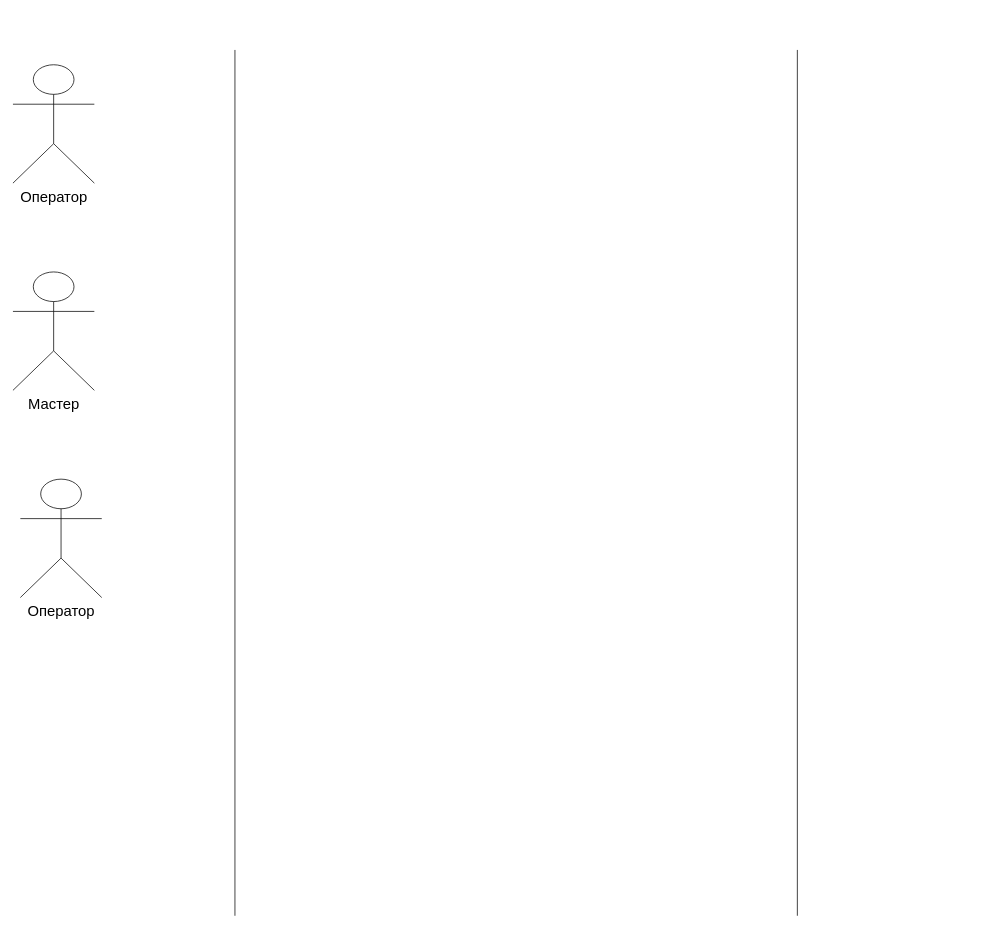
Vlad-Efremovv/kursach keeps this draw.io diagram as курсач.drawio. Above is the earlier version. Source tidied: cells renumbered, new cells numbered last; positions are measured from the earlier drawing's top-left corner, leaving out a move shared by most shapes. Both pictures are drawn from the tidied source at 74%, with x=0, y=0 at pixel (13, 50).
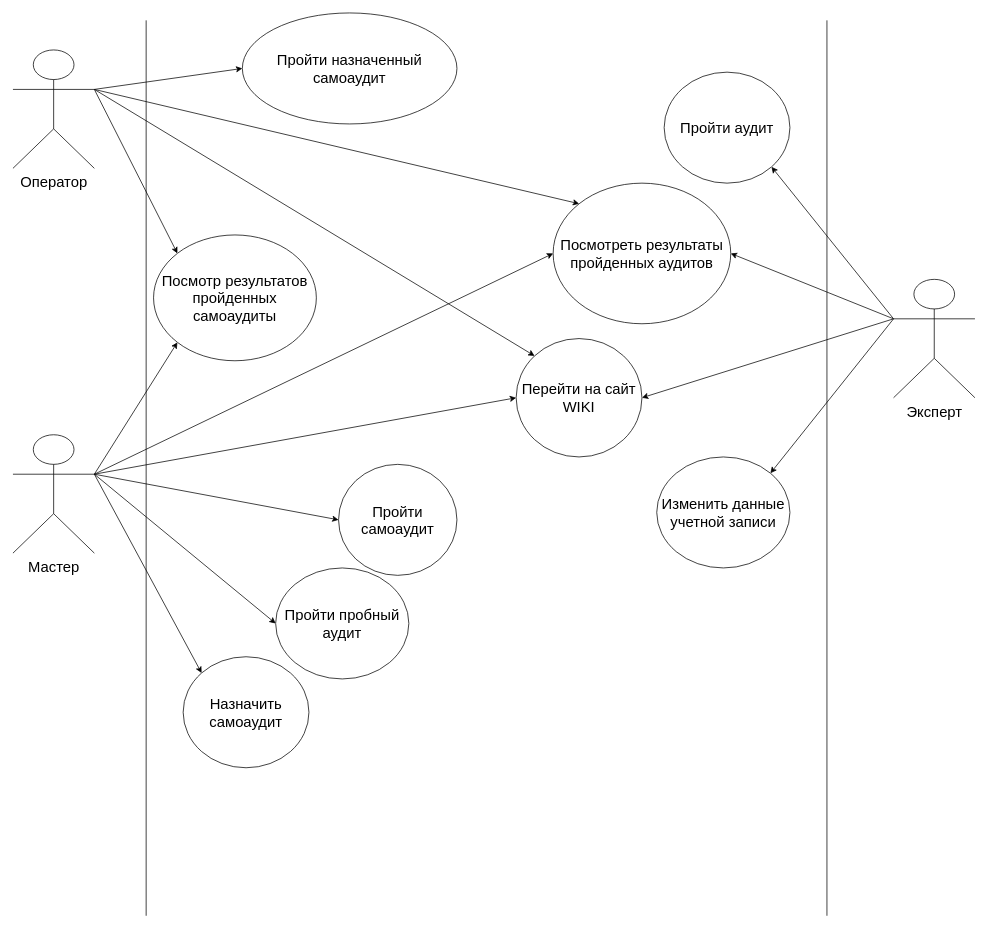
The same page after the edit.

Change to the diagram source:
```diff
@@
     <mxCell id="2" style="endArrow=none;html=1;rounded=0;" parent="1" edge="1">
       <mxGeometry relative="1" as="geometry">
-        <mxPoint x="300" y="1170" as="sourcePoint" />
-        <mxPoint x="300" as="targetPoint" />
+        <mxPoint x="180" y="1170" as="sourcePoint" />
+        <mxPoint x="180" y="-40" as="targetPoint" />
       </mxGeometry>
     </mxCell>
-    <mxCell id="3" style="endArrow=none;html=1;rounded=0;" parent="1" edge="1">
-      <mxGeometry relative="1" as="geometry">
-        <mxPoint x="1060" y="1170" as="sourcePoint" />
-        <mxPoint x="1060" as="targetPoint" />
-      </mxGeometry>
-    </mxCell>
     <mxCell id="4" value="&lt;font style=&quot;font-size: 20px;&quot;&gt;Оператор&lt;/font&gt;" style="shape=umlActor;verticalLabelPosition=bottom;verticalAlign=top;html=1;outlineConnect=0;" parent="1" vertex="1">
-      <mxGeometry y="20" width="110" height="160" as="geometry" />
+      <mxGeometry width="110" height="160" as="geometry" />
     </mxCell>
     <mxCell id="5" value="&lt;font style=&quot;font-size: 20px;&quot;&gt;Мастер&lt;/font&gt;&lt;div&gt;&lt;font style=&quot;font-size: 20px;&quot;&gt;&lt;br&gt;&lt;/font&gt;&lt;/div&gt;" style="shape=umlActor;verticalLabelPosition=bottom;verticalAlign=top;html=1;outlineConnect=0;" parent="1" vertex="1">
-      <mxGeometry y="300" width="110" height="160" as="geometry" />
+      <mxGeometry y="520" width="110" height="160" as="geometry" />
     </mxCell>
-    <mxCell id="6" value="&lt;font style=&quot;font-size: 20px;&quot;&gt;Оператор&lt;/font&gt;" style="shape=umlActor;verticalLabelPosition=bottom;verticalAlign=top;html=1;outlineConnect=0;" parent="1" vertex="1">
-      <mxGeometry x="10" y="580" width="110" height="160" as="geometry" />
+    <mxCell id="6" value="&lt;font style=&quot;font-size: 20px;&quot;&gt;Эксперт&lt;/font&gt;" style="shape=umlActor;verticalLabelPosition=bottom;verticalAlign=top;html=1;outlineConnect=0;" parent="1" vertex="1">
+      <mxGeometry x="1190" y="310" width="110" height="160" as="geometry" />
     </mxCell>
+    <mxCell id="7" value="Пройти назначенный самоаудит" style="ellipse;whiteSpace=wrap;html=1;fontSize=20;" parent="1" vertex="1">
+      <mxGeometry x="310" y="-50" width="290" height="150" as="geometry" />
+    </mxCell>
+    <mxCell id="8" value="Посмотр результатов пройденных самоаудиты" style="ellipse;whiteSpace=wrap;html=1;fontSize=20;" parent="1" vertex="1">
+      <mxGeometry x="190" y="250" width="220" height="170" as="geometry" />
+    </mxCell>
+    <mxCell id="9" style="endArrow=classic;html=1;rounded=0;entryX=0;entryY=0.5;entryDx=0;entryDy=0;exitX=1;exitY=0.3333333333333333;exitDx=0;exitDy=0;exitPerimeter=0;" parent="1" edge="1" source="4" target="7">
+      <mxGeometry relative="1" as="geometry" />
+    </mxCell>
+    <mxCell id="10" style="endArrow=classic;html=1;rounded=0;entryX=0;entryY=0;entryDx=0;entryDy=0;exitX=1;exitY=0.3333333333333333;exitDx=0;exitDy=0;exitPerimeter=0;" parent="1" edge="1" source="4" target="8">
+      <mxGeometry relative="1" as="geometry" />
+    </mxCell>
+    <mxCell id="11" style="endArrow=classic;html=1;rounded=0;entryX=0;entryY=1;entryDx=0;entryDy=0;exitX=1;exitY=0.3333333333333333;exitDx=0;exitDy=0;exitPerimeter=0;" parent="1" edge="1" source="5" target="8">
+      <mxGeometry relative="1" as="geometry" />
+    </mxCell>
+    <mxCell id="12" value="Посмотреть результаты пройденных аудитов" style="ellipse;whiteSpace=wrap;html=1;fontSize=20;" parent="1" vertex="1">
+      <mxGeometry x="730" y="180" width="240" height="190" as="geometry" />
+    </mxCell>
+    <mxCell id="13" style="endArrow=classic;html=1;rounded=0;entryX=0;entryY=0;entryDx=0;entryDy=0;exitX=1;exitY=0.3333333333333333;exitDx=0;exitDy=0;exitPerimeter=0;" parent="1" edge="1" source="4" target="12">
+      <mxGeometry relative="1" as="geometry" />
+    </mxCell>
+    <mxCell id="14" style="endArrow=classic;html=1;rounded=0;entryX=0;entryY=0.5;entryDx=0;entryDy=0;exitX=1;exitY=0.3333333333333333;exitDx=0;exitDy=0;exitPerimeter=0;" parent="1" edge="1" source="5" target="12">
+      <mxGeometry relative="1" as="geometry" />
+    </mxCell>
+    <mxCell id="15" style="endArrow=classic;html=1;rounded=0;entryX=1;entryY=0.5;entryDx=0;entryDy=0;exitX=0;exitY=0.3333333333333333;exitDx=0;exitDy=0;exitPerimeter=0;" parent="1" edge="1" source="6" target="12">
+      <mxGeometry relative="1" as="geometry" />
+    </mxCell>
+    <mxCell id="16" value="Пройти пробный аудит" style="ellipse;whiteSpace=wrap;html=1;fontSize=20;" parent="1" vertex="1">
+      <mxGeometry x="355" y="700" width="180" height="150" as="geometry" />
+    </mxCell>
+    <mxCell id="17" style="endArrow=classic;html=1;rounded=0;entryX=0;entryY=0.5;entryDx=0;entryDy=0;exitX=1;exitY=0.3333333333333333;exitDx=0;exitDy=0;exitPerimeter=0;" parent="1" edge="1" source="5" target="16">
+      <mxGeometry relative="1" as="geometry" />
+    </mxCell>
+    <mxCell id="18" value="Пройти самоаудит" style="ellipse;whiteSpace=wrap;html=1;fontSize=20;" parent="1" vertex="1">
+      <mxGeometry x="440" y="560" width="160" height="150" as="geometry" />
+    </mxCell>
+    <mxCell id="19" style="endArrow=classic;html=1;rounded=0;entryX=0;entryY=0.5;entryDx=0;entryDy=0;exitX=1;exitY=0.3333333333333333;exitDx=0;exitDy=0;exitPerimeter=0;" parent="1" edge="1" source="5" target="18">
+      <mxGeometry relative="1" as="geometry" />
+    </mxCell>
+    <mxCell id="20" value="Назначить самоаудит" style="ellipse;whiteSpace=wrap;html=1;fontSize=20;" parent="1" vertex="1">
+      <mxGeometry x="230" y="820" width="170" height="150" as="geometry" />
+    </mxCell>
+    <mxCell id="21" style="endArrow=classic;html=1;rounded=0;entryX=0;entryY=0;entryDx=0;entryDy=0;exitX=1;exitY=0.3333333333333333;exitDx=0;exitDy=0;exitPerimeter=0;" parent="1" edge="1" source="5" target="20">
+      <mxGeometry relative="1" as="geometry" />
+    </mxCell>
+    <mxCell id="22" value="Изменить данные учетной записи" style="ellipse;whiteSpace=wrap;html=1;fontSize=20;" parent="1" vertex="1">
+      <mxGeometry x="870" y="550" width="180" height="150" as="geometry" />
+    </mxCell>
+    <mxCell id="23" style="endArrow=classic;html=1;rounded=0;entryX=1;entryY=0;entryDx=0;entryDy=0;exitX=0;exitY=0.3333333333333333;exitDx=0;exitDy=0;exitPerimeter=0;" parent="1" edge="1" source="6" target="22">
+      <mxGeometry relative="1" as="geometry" />
+    </mxCell>
+    <mxCell id="24" value="Пройти аудит" style="ellipse;whiteSpace=wrap;html=1;fontSize=20;" parent="1" vertex="1">
+      <mxGeometry x="880" y="30" width="170" height="150" as="geometry" />
+    </mxCell>
+    <mxCell id="25" style="endArrow=classic;html=1;rounded=0;entryX=1;entryY=1;entryDx=0;entryDy=0;exitX=0;exitY=0.3333333333333333;exitDx=0;exitDy=0;exitPerimeter=0;" parent="1" edge="1" source="6" target="24">
+      <mxGeometry relative="1" as="geometry" />
+    </mxCell>
+    <mxCell id="26" style="endArrow=none;html=1;rounded=0;" parent="1" edge="1">
+      <mxGeometry relative="1" as="geometry">
+        <mxPoint x="1100" y="1170" as="sourcePoint" />
+        <mxPoint x="1100" y="-40" as="targetPoint" />
+      </mxGeometry>
+    </mxCell>
+    <mxCell id="27" value="Перейти на сайт WIKI" style="ellipse;whiteSpace=wrap;html=1;fontSize=20;" parent="1" vertex="1">
+      <mxGeometry x="680" y="390" width="170" height="160" as="geometry" />
+    </mxCell>
+    <mxCell id="28" style="endArrow=classic;html=1;rounded=0;entryX=0;entryY=0;entryDx=0;entryDy=0;exitX=1;exitY=0.3333333333333333;exitDx=0;exitDy=0;exitPerimeter=0;" parent="1" edge="1" source="4" target="27">
+      <mxGeometry relative="1" as="geometry" />
+    </mxCell>
+    <mxCell id="29" style="endArrow=classic;html=1;rounded=0;entryX=0;entryY=0.5;entryDx=0;entryDy=0;exitX=1;exitY=0.3333333333333333;exitDx=0;exitDy=0;exitPerimeter=0;" parent="1" edge="1" source="5" target="27">
+      <mxGeometry relative="1" as="geometry" />
+    </mxCell>
+    <mxCell id="30" style="endArrow=classic;html=1;rounded=0;entryX=1;entryY=0.5;entryDx=0;entryDy=0;exitX=0;exitY=0.3333333333333333;exitDx=0;exitDy=0;exitPerimeter=0;" parent="1" edge="1" source="6" target="27">
+      <mxGeometry relative="1" as="geometry" />
+    </mxCell>
```
